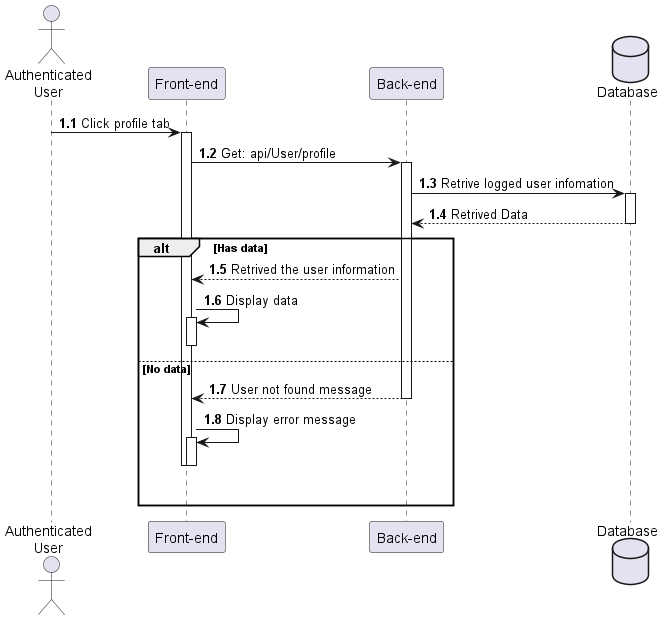
The PlantUML diagram out/Sequences_diagrams/Profile/Profile.png in HTPhong-276/iCoaching-Diagrams, before a commit. Its diagram source:
```plantuml
@startuml Profile

actor "Authenticated\nUser" as user
participant "Front-end" as client
participant "Back-end" as server
database "Database" as db

autonumber 1.1 "<b>0:"

user -> client++ : Click profile tab
client -> server++ : Get: api/User/profile
server -> db++ : Retrive logged user infomation
db --> server : Retrived Data
deactivate

alt Has data
    server --> client : Retrived the user information
    client -> client++ : Display data
    deactivate

else No data
    server --> client : User not found message
    deactivate
    client -> client++ : Display error message
    deactivate
    deactivate
    |||
end
@enduml
```
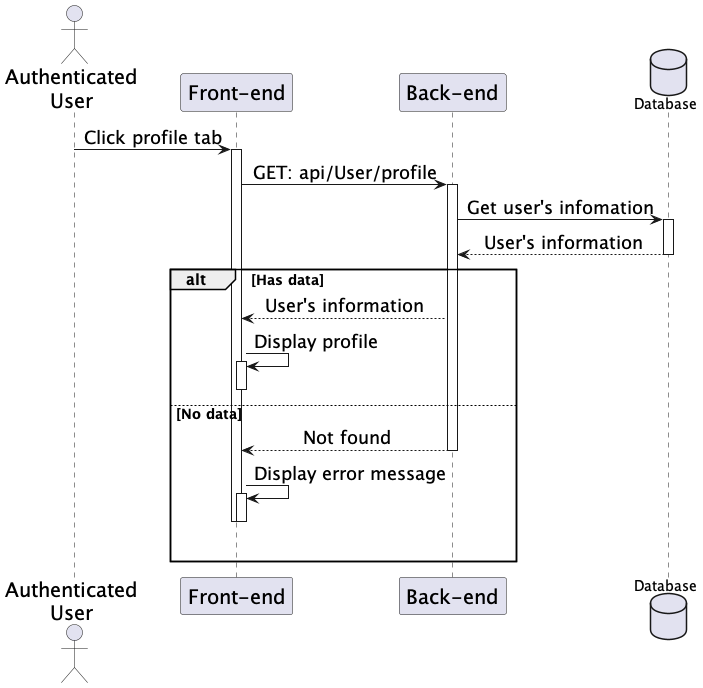
The same diagram one commit later.

Diff of the diagram source:
```diff
@@ -1,25 +1,32 @@
 @startuml Profile
-
+skinparam sequenceMessageAlign center
+skinparam sequenceGroupFontSize 14
+skinparam sequenceGroupHeaderFontSize 15
+skinparam sequence {
+    ParticipantFontSize 20
+    ActorFontSize 20
+    DatabaseFontSize 20
+    ArrowFontSize 18
+}
 actor "Authenticated\nUser" as user
 participant "Front-end" as client
 participant "Back-end" as server
 database "Database" as db
 
-autonumber 1.1 "<b>0:"
 
 user -> client++ : Click profile tab
-client -> server++ : Get: api/User/profile
-server -> db++ : Retrive logged user infomation
-db --> server : Retrived Data
+client -> server++ : GET: api/User/profile
+server -> db++ : Get user's infomation
+db --> server : User's information
 deactivate
 
 alt Has data
-    server --> client : Retrived the user information
-    client -> client++ : Display data
+    server --> client : User's information
+    client -> client++ : Display profile
     deactivate
 
 else No data
-    server --> client : User not found message
+    server --> client : Not found
     deactivate
     client -> client++ : Display error message
     deactivate
```
